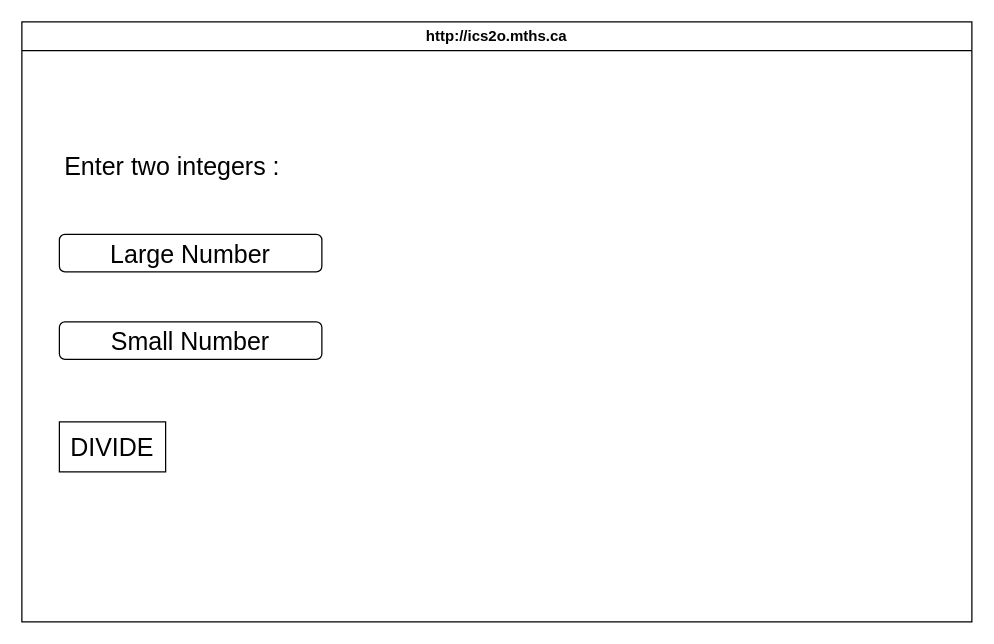
Before: design/storyboard.drawio in MTHS-ICD2O-1-2023/ICD2O-Unit-5-08-George-Khalil-29, a draw.io diagram. Source tidied: cells renumbered, new cells numbered last; positions are measured from the earlier drawing's top-left corner, leaving out a move shared by most shapes. Both pictures are drawn from the tidied source at 125%, with x=0, y=0 at pixel (21, 21). Pictures stored in the file or linked from it are replaced by grey dashed boxes.
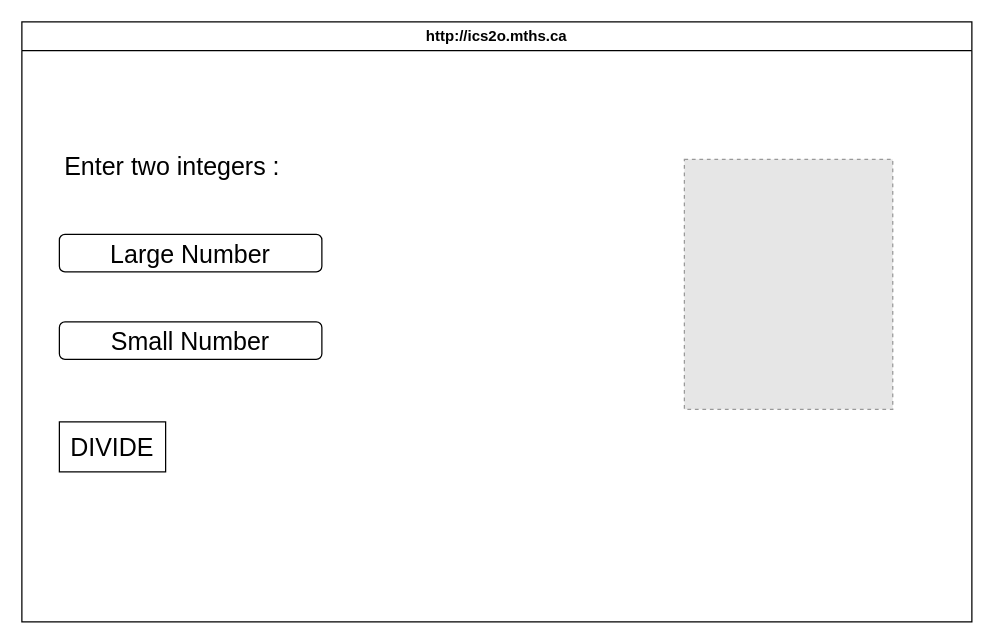
The same diagram, later.

The edit, as a diff of the source:
```diff
@@
 <mxGraphModel>
   <root>
     <mxCell id="0" />
     <mxCell id="1" parent="0" />
     <mxCell id="2" value="http://ics2o.mths.ca" style="swimlane;whiteSpace=wrap;html=1;" parent="1" vertex="1">
       <mxGeometry width="760" height="480" as="geometry" />
     </mxCell>
     <mxCell id="3" value="&lt;font style=&quot;font-size: 20px;&quot;&gt;Enter two integers :&lt;/font&gt;" style="text;html=1;align=center;verticalAlign=middle;strokeColor=none;fillColor=none;" parent="2" vertex="1">
       <mxGeometry x="20" y="95" width="200" height="40" as="geometry" />
     </mxCell>
     <mxCell id="4" value="Large Number" style="rounded=1;whiteSpace=wrap;html=1;fontSize=20;" parent="2" vertex="1">
       <mxGeometry x="30" y="170" width="210" height="30" as="geometry" />
     </mxCell>
     <mxCell id="5" value="Small Number" style="rounded=1;whiteSpace=wrap;html=1;fontSize=20;" parent="2" vertex="1">
       <mxGeometry x="30" y="240" width="210" height="30" as="geometry" />
     </mxCell>
     <mxCell id="6" value="DIVIDE" style="rounded=0;whiteSpace=wrap;html=1;fontSize=20;" parent="2" vertex="1">
       <mxGeometry x="30" y="320" width="85" height="40" as="geometry" />
     </mxCell>
+    <mxCell id="7" style="fillColor=#E6E6E6;strokeColor=#999999;dashed=1;verticalLabelPosition=bottom;verticalAlign=top;fontSize=20;" parent="2" vertex="1">
+      <mxGeometry x="530" y="110" width="166.7" height="200" as="geometry" />
+    </mxCell>
   </root>
 </mxGraphModel>
```
